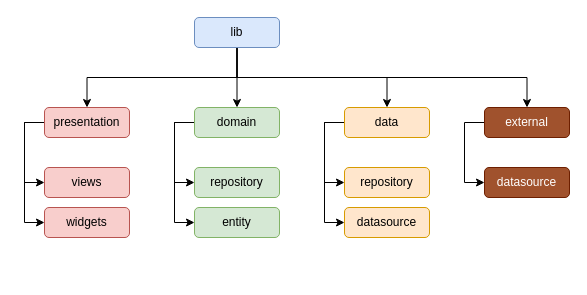
salomaoluiz/weather-check-puc keeps this draw.io diagram as docs/architecture.drawio. Above is the earlier version. Source tidied: cells renumbered, new cells numbered last; positions are measured from the earlier drawing's top-left corner, leaving out a move shared by most shapes. Both pictures are drawn from the tidied source at 100%, with x=0, y=0 at pixel (44, 17).
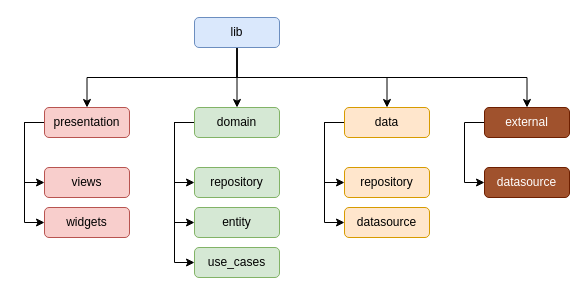
Above is the later version.

Unchanged cells that the change refers to:
```xml
<mxCell id="9" value="domain" style="rounded=1;whiteSpace=wrap;html=1;fillColor=#d5e8d4;strokeColor=#82b366;" parent="1" vertex="1">
  <mxGeometry x="150" y="90" width="85" height="30" as="geometry" />
</mxCell>
```

What changed in the source:
```diff
@@
+    <mxCell id="25" style="edgeStyle=orthogonalEdgeStyle;rounded=0;jettySize=auto;html=1;exitX=0;exitY=0.5;exitDx=0;exitDy=0;entryX=0;entryY=0.5;entryDx=0;entryDy=0;" parent="1" edge="1" source="9" target="26">
+      <mxGeometry relative="1" as="geometry" />
+    </mxCell>
@@
+    <mxCell id="26" value="use_cases" style="rounded=1;whiteSpace=wrap;html=1;fillColor=#d5e8d4;strokeColor=#82b366;" parent="1" vertex="1">
+      <mxGeometry x="150" y="230" width="85" height="30" as="geometry" />
+    </mxCell>
```
